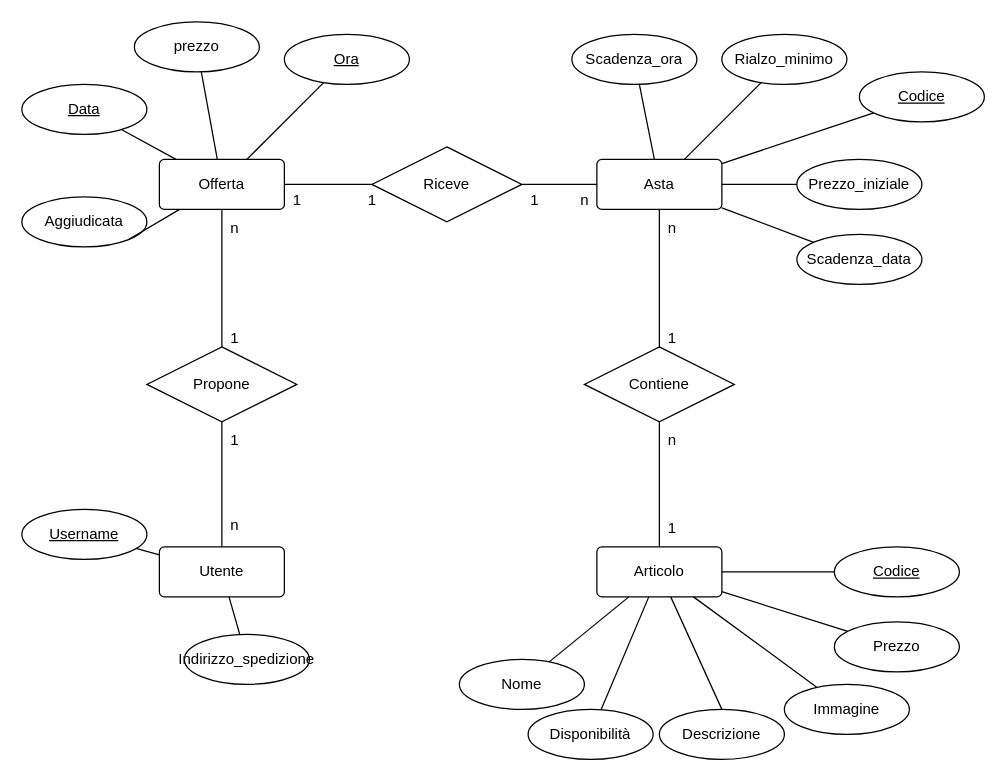
Before: diagrams_source_code/progetto_concettuale_DB_source_code.drawio in marcolaurenzi/progettoTIW, a draw.io diagram. Source tidied: cells renumbered, new cells numbered last; positions are measured from the earlier drawing's top-left corner, leaving out a move shared by most shapes. Both pictures are drawn from the tidied source at 125%, with x=0, y=0 at pixel (21, 21).
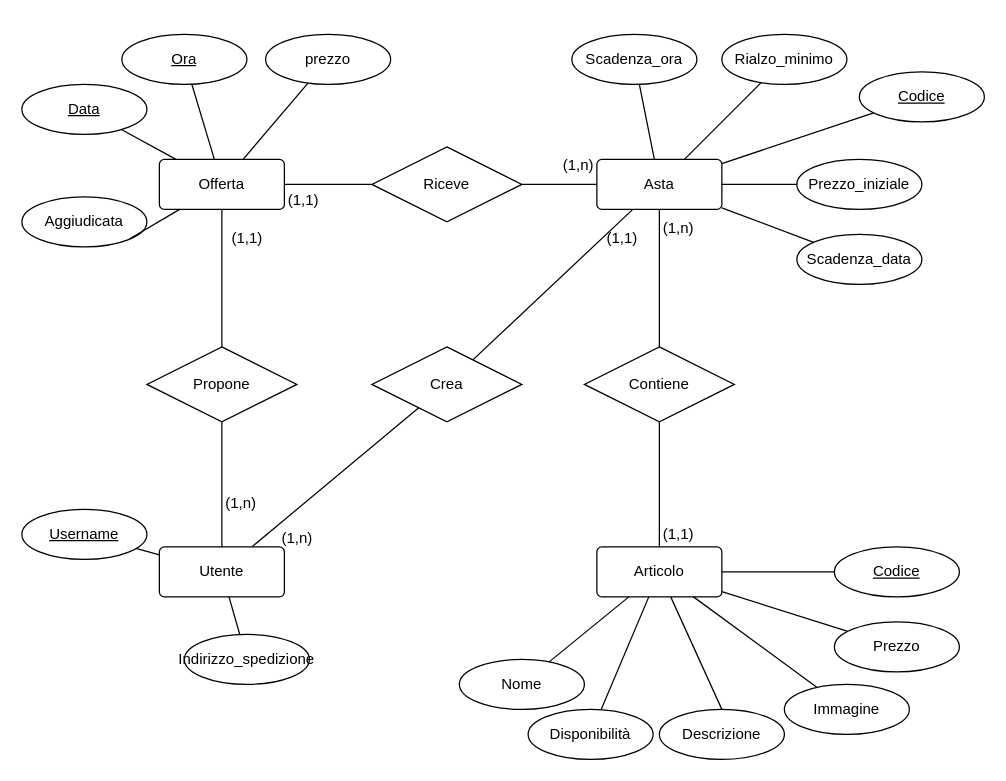
Above is the later version.

Commit message (it also covers changes not shown here):
aggiunta la relazione crea e fatte bene le cardinalità

Unchanged cells that the change refers to:
```xml
<mxCell id="3" value="&lt;div&gt;Asta&lt;/div&gt;" style="rounded=1;arcSize=10;whiteSpace=wrap;html=1;align=center;" parent="1" vertex="1">
  <mxGeometry x="460" y="110" width="100" height="40" as="geometry" />
</mxCell>
<mxCell id="5" value="Utente" style="rounded=1;arcSize=10;whiteSpace=wrap;html=1;align=center;" parent="1" vertex="1">
  <mxGeometry x="110" y="420" width="100" height="40" as="geometry" />
</mxCell>
```

What changed in the source:
```diff
@@
-    <mxCell id="18" value="n" style="text;html=1;align=center;verticalAlign=middle;strokeColor=none;fillColor=none;" parent="1" vertex="1">
-      <mxGeometry x="505" y="150" width="30" height="30" as="geometry" />
+    <mxCell id="18" value="(1,n)" style="text;html=1;align=center;verticalAlign=middle;strokeColor=none;fillColor=none;" parent="1" vertex="1">
+      <mxGeometry x="500" y="150" width="50" height="30" as="geometry" />
     </mxCell>
-    <mxCell id="19" value="1" style="text;html=1;align=center;verticalAlign=middle;strokeColor=none;fillColor=none;" parent="1" vertex="1">
-      <mxGeometry x="505" y="238" width="30" height="30" as="geometry" />
-    </mxCell>
@@
-    <mxCell id="21" value="1" style="text;html=1;align=center;verticalAlign=middle;strokeColor=none;fillColor=none;" parent="1" vertex="1">
-      <mxGeometry x="505" y="390" width="30" height="30" as="geometry" />
+    <mxCell id="21" value="(1,1)" style="text;html=1;align=center;verticalAlign=middle;strokeColor=none;fillColor=none;" parent="1" vertex="1">
+      <mxGeometry x="500" y="395" width="50" height="30" as="geometry" />
     </mxCell>
-    <mxCell id="22" value="n" style="text;html=1;align=center;verticalAlign=middle;strokeColor=none;fillColor=none;" parent="1" vertex="1">
-      <mxGeometry x="505" y="320" width="30" height="30" as="geometry" />
-    </mxCell>
@@
     <mxCell id="24" value="prezzo" style="ellipse;whiteSpace=wrap;html=1;align=center;" parent="1" vertex="1">
-      <mxGeometry x="90" width="100" height="40" as="geometry" />
+      <mxGeometry x="195" y="10" width="100" height="40" as="geometry" />
     </mxCell>
@@
     <mxCell id="33" value="Ora" style="ellipse;whiteSpace=wrap;html=1;align=center;fontStyle=4;" parent="1" vertex="1">
-      <mxGeometry x="210" y="10" width="100" height="40" as="geometry" />
+      <mxGeometry x="80" y="10" width="100" height="40" as="geometry" />
     </mxCell>
@@
-    <mxCell id="53" value="n" style="text;html=1;align=center;verticalAlign=middle;strokeColor=none;fillColor=none;" parent="1" vertex="1">
-      <mxGeometry x="155" y="388" width="30" height="30" as="geometry" />
+    <mxCell id="53" value="(1,n)" style="text;html=1;align=center;verticalAlign=middle;strokeColor=none;fillColor=none;" parent="1" vertex="1">
+      <mxGeometry x="150" y="370" width="50" height="30" as="geometry" />
     </mxCell>
-    <mxCell id="54" value="1" style="text;html=1;align=center;verticalAlign=middle;strokeColor=none;fillColor=none;" parent="1" vertex="1">
-      <mxGeometry x="155" y="320" width="30" height="30" as="geometry" />
-    </mxCell>
-    <mxCell id="55" value="1" style="text;html=1;align=center;verticalAlign=middle;strokeColor=none;fillColor=none;" parent="1" vertex="1">
-      <mxGeometry x="155" y="238" width="30" height="30" as="geometry" />
-    </mxCell>
-    <mxCell id="56" value="n" style="text;html=1;align=center;verticalAlign=middle;strokeColor=none;fillColor=none;" parent="1" vertex="1">
-      <mxGeometry x="155" y="150" width="30" height="30" as="geometry" />
+    <mxCell id="56" value="(1,1)" style="text;html=1;align=center;verticalAlign=middle;strokeColor=none;fillColor=none;" parent="1" vertex="1">
+      <mxGeometry x="155" y="158" width="50" height="30" as="geometry" />
     </mxCell>
-    <mxCell id="57" value="1" style="text;html=1;align=center;verticalAlign=middle;strokeColor=none;fillColor=none;" parent="1" vertex="1">
-      <mxGeometry x="205" y="128" width="30" height="30" as="geometry" />
+    <mxCell id="57" value="(1,1)" style="text;html=1;align=center;verticalAlign=middle;strokeColor=none;fillColor=none;" parent="1" vertex="1">
+      <mxGeometry x="200" y="128" width="50" height="30" as="geometry" />
     </mxCell>
-    <mxCell id="58" value="1" style="text;html=1;align=center;verticalAlign=middle;strokeColor=none;fillColor=none;" parent="1" vertex="1">
-      <mxGeometry x="265" y="128" width="30" height="30" as="geometry" />
-    </mxCell>
-    <mxCell id="59" value="1" style="text;html=1;align=center;verticalAlign=middle;strokeColor=none;fillColor=none;" parent="1" vertex="1">
-      <mxGeometry x="395" y="128" width="30" height="30" as="geometry" />
-    </mxCell>
-    <mxCell id="60" value="n" style="text;html=1;align=center;verticalAlign=middle;strokeColor=none;fillColor=none;" parent="1" vertex="1">
-      <mxGeometry x="435" y="128" width="30" height="30" as="geometry" />
+    <mxCell id="60" value="(1,n)" style="text;html=1;align=center;verticalAlign=middle;strokeColor=none;fillColor=none;" parent="1" vertex="1">
+      <mxGeometry x="420" y="100" width="50" height="30" as="geometry" />
     </mxCell>
+    <mxCell id="61" value="Crea" style="shape=rhombus;perimeter=rhombusPerimeter;whiteSpace=wrap;html=1;align=center;" parent="1" vertex="1">
+      <mxGeometry x="280" y="260" width="120" height="60" as="geometry" />
+    </mxCell>
+    <mxCell id="62" style="endArrow=none;html=1;rounded=0;" parent="1" edge="1" source="61" target="3">
+      <mxGeometry relative="1" as="geometry" />
+    </mxCell>
+    <mxCell id="63" style="endArrow=none;html=1;rounded=0;" parent="1" edge="1" source="5" target="61">
+      <mxGeometry relative="1" as="geometry" />
+    </mxCell>
+    <mxCell id="64" value="(1,n)" style="text;html=1;align=center;verticalAlign=middle;strokeColor=none;fillColor=none;" parent="1" vertex="1">
+      <mxGeometry x="195" y="398" width="50" height="30" as="geometry" />
+    </mxCell>
+    <mxCell id="65" value="(1,1)" style="text;html=1;align=center;verticalAlign=middle;strokeColor=none;fillColor=none;" parent="1" vertex="1">
+      <mxGeometry x="455" y="158" width="50" height="30" as="geometry" />
+    </mxCell>
```
